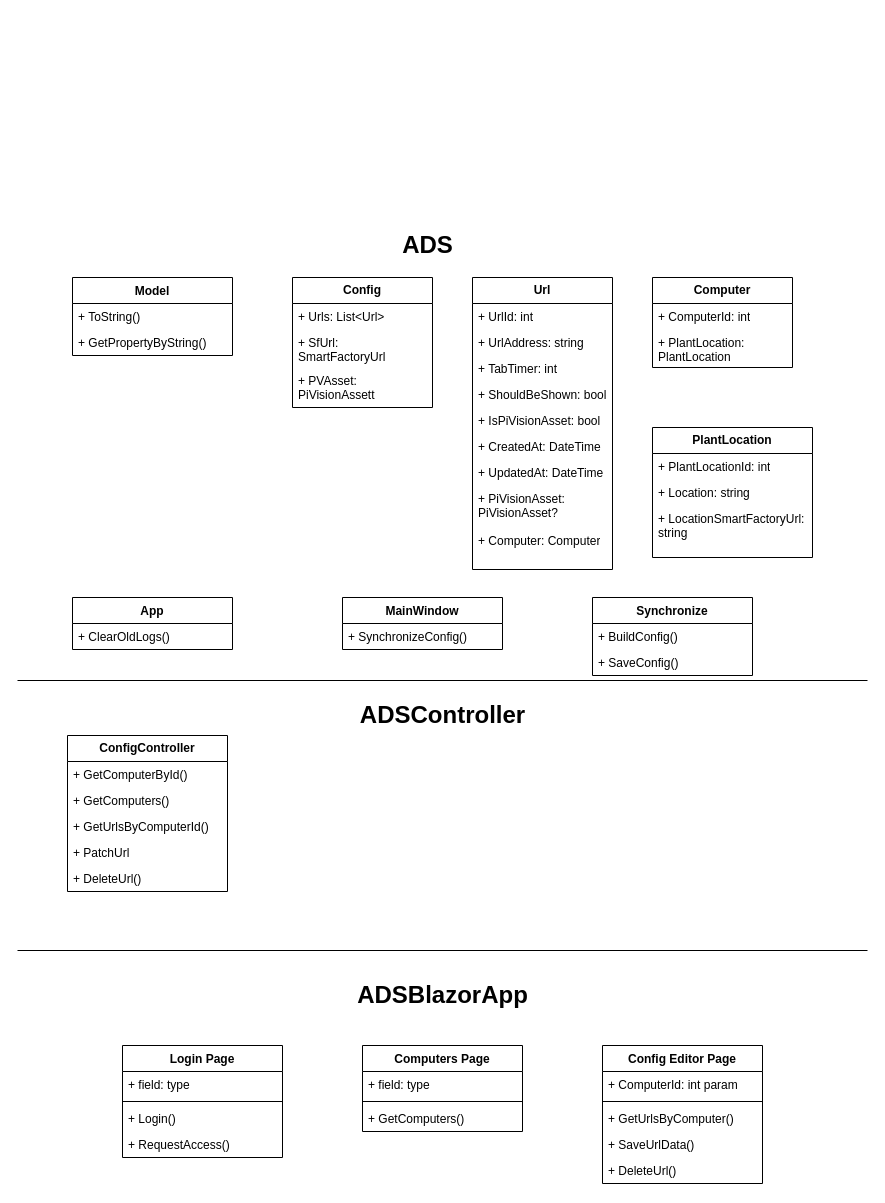
The draw.io diagram ads.drawio in josephkligel/diagrams, before the edit. Source tidied: cells renumbered, new cells numbered last; positions are measured from the earlier drawing's top-left corner, leaving out a move shared by most shapes. Both pictures are drawn from the tidied source at 100%, with x=0, y=0 at pixel (17, 225).
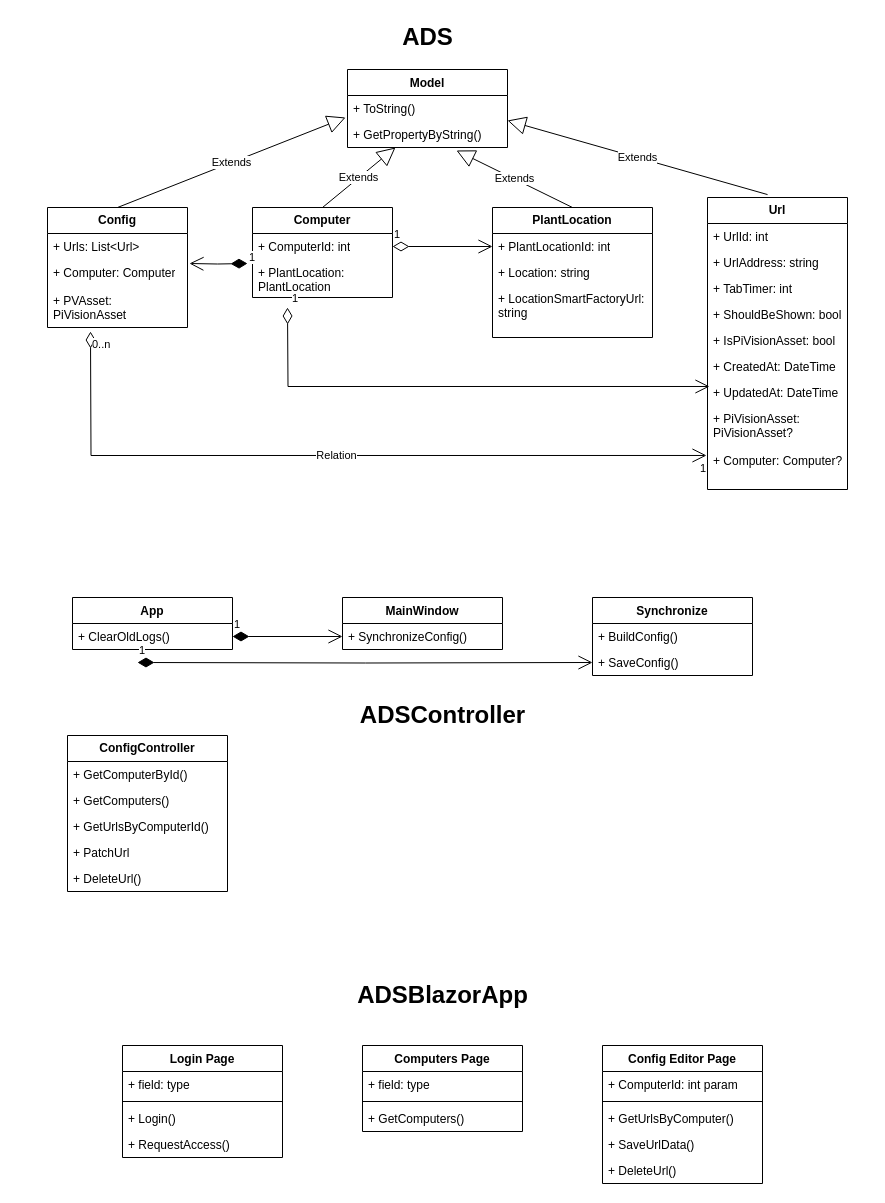
The same page after the edit.

The change refers to these unchanged cells:
```xml
<mxCell id="3" value="+ ToString()" style="text;strokeColor=none;fillColor=none;align=left;verticalAlign=top;spacingLeft=4;spacingRight=4;overflow=hidden;points=[[0,0.5],[1,0.5]];portConstraint=eastwest;whiteSpace=wrap;html=1;" parent="2" vertex="1">
  <mxGeometry y="26" width="160" height="26" as="geometry" />
</mxCell>
<mxCell id="4" value="+ GetPropertyByString()" style="text;strokeColor=none;fillColor=none;align=left;verticalAlign=top;spacingLeft=4;spacingRight=4;overflow=hidden;points=[[0,0.5],[1,0.5]];portConstraint=eastwest;whiteSpace=wrap;html=1;" parent="2" vertex="1">
  <mxGeometry y="52" width="160" height="26" as="geometry" />
</mxCell>
<mxCell id="17" value="+ SaveConfig()" style="text;strokeColor=none;fillColor=none;align=left;verticalAlign=top;spacingLeft=4;spacingRight=4;overflow=hidden;points=[[0,0.5],[1,0.5]];portConstraint=eastwest;whiteSpace=wrap;html=1;" parent="15" vertex="1">
  <mxGeometry y="52" width="160" height="26" as="geometry" />
</mxCell>
<mxCell id="19" value="+ SynchronizeConfig()" style="text;strokeColor=none;fillColor=none;align=left;verticalAlign=top;spacingLeft=4;spacingRight=4;overflow=hidden;points=[[0,0.5],[1,0.5]];portConstraint=eastwest;whiteSpace=wrap;html=1;" parent="18" vertex="1">
  <mxGeometry y="26" width="160" height="26" as="geometry" />
</mxCell>
<mxCell id="21" value="+ ClearOldLogs()" style="text;strokeColor=none;fillColor=none;align=left;verticalAlign=top;spacingLeft=4;spacingRight=4;overflow=hidden;points=[[0,0.5],[1,0.5]];portConstraint=eastwest;whiteSpace=wrap;html=1;" parent="20" vertex="1">
  <mxGeometry y="26" width="160" height="26" as="geometry" />
</mxCell>
<mxCell id="29" value="+ UpdatedAt: DateTime" style="text;strokeColor=none;fillColor=none;align=left;verticalAlign=top;spacingLeft=4;spacingRight=4;overflow=hidden;points=[[0,0.5],[1,0.5]];portConstraint=eastwest;whiteSpace=wrap;html=1;" parent="22" vertex="1">
  <mxGeometry y="182" width="140" height="26" as="geometry" />
</mxCell>
<mxCell id="33" value="+ ComputerId: int" style="text;strokeColor=none;fillColor=none;align=left;verticalAlign=top;spacingLeft=4;spacingRight=4;overflow=hidden;points=[[0,0.5],[1,0.5]];portConstraint=eastwest;whiteSpace=wrap;html=1;" parent="32" vertex="1">
  <mxGeometry y="26" width="140" height="26" as="geometry" />
</mxCell>
<mxCell id="36" value="+ PlantLocationId: int" style="text;strokeColor=none;fillColor=none;align=left;verticalAlign=top;spacingLeft=4;spacingRight=4;overflow=hidden;points=[[0,0.5],[1,0.5]];portConstraint=eastwest;whiteSpace=wrap;html=1;" parent="35" vertex="1">
  <mxGeometry y="26" width="160" height="26" as="geometry" />
</mxCell>
```

The edit, as a diff of the source:
```diff
@@
     <mxCell id="2" value="Model" style="swimlane;fontStyle=1;align=center;verticalAlign=top;horizontal=1;startSize=26;whiteSpace=wrap;html=1;" parent="1" vertex="1">
-      <mxGeometry x="55" y="52" width="160" height="78" as="geometry" />
+      <mxGeometry x="330" y="-156" width="160" height="78" as="geometry" />
     </mxCell>
@@
     <mxCell id="5" value="&lt;b&gt;Config&lt;/b&gt;" style="swimlane;fontStyle=0;horizontal=1;startSize=26;fillColor=none;whiteSpace=wrap;html=1;" parent="1" vertex="1">
-      <mxGeometry x="275" y="52" width="140" height="130" as="geometry" />
+      <mxGeometry x="30" y="-18" width="140" height="120" as="geometry" />
     </mxCell>
@@
-    <mxCell id="7" value="+ SfUrl: SmartFactoryUrl" style="text;strokeColor=none;fillColor=none;align=left;verticalAlign=top;spacingLeft=4;spacingRight=4;overflow=hidden;points=[[0,0.5],[1,0.5]];portConstraint=eastwest;whiteSpace=wrap;html=1;" parent="5" vertex="1">
-      <mxGeometry y="52" width="140" height="38" as="geometry" />
+    <mxCell id="7" value="+ Computer: Computer" style="text;strokeColor=none;fillColor=none;align=left;verticalAlign=top;spacingLeft=4;spacingRight=4;overflow=hidden;points=[[0,0.5],[1,0.5]];portConstraint=eastwest;whiteSpace=wrap;html=1;" parent="5" vertex="1">
+      <mxGeometry y="52" width="140" height="28" as="geometry" />
     </mxCell>
-    <mxCell id="8" value="+ PVAsset: PiVisionAssett" style="text;strokeColor=none;fillColor=none;align=left;verticalAlign=top;spacingLeft=4;spacingRight=4;overflow=hidden;whiteSpace=wrap;html=1;" parent="5" vertex="1">
-      <mxGeometry y="90" width="140" height="40" as="geometry" />
+    <mxCell id="8" value="+ PVAsset: PiVisionAsset" style="text;strokeColor=none;fillColor=none;align=left;verticalAlign=top;spacingLeft=4;spacingRight=4;overflow=hidden;whiteSpace=wrap;html=1;" parent="5" vertex="1">
+      <mxGeometry y="80" width="140" height="40" as="geometry" />
     </mxCell>
@@
     <mxCell id="22" value="&lt;b&gt;Url&lt;/b&gt;" style="swimlane;fontStyle=0;horizontal=1;startSize=26;fillColor=none;whiteSpace=wrap;html=1;" parent="1" vertex="1">
-      <mxGeometry x="455" y="52" width="140" height="292" as="geometry" />
+      <mxGeometry x="690" y="-28" width="140" height="292" as="geometry" />
     </mxCell>
@@
-    <mxCell id="31" value="+ Computer: Computer" style="text;strokeColor=none;fillColor=none;align=left;verticalAlign=top;spacingLeft=4;spacingRight=4;overflow=hidden;points=[[0,0.5],[1,0.5]];portConstraint=eastwest;whiteSpace=wrap;html=1;" parent="22" vertex="1">
+    <mxCell id="31" value="+ Computer: Computer?" style="text;strokeColor=none;fillColor=none;align=left;verticalAlign=top;spacingLeft=4;spacingRight=4;overflow=hidden;points=[[0,0.5],[1,0.5]];portConstraint=eastwest;whiteSpace=wrap;html=1;" parent="22" vertex="1">
       <mxGeometry y="250" width="140" height="42" as="geometry" />
     </mxCell>
     <mxCell id="32" value="&lt;b&gt;Computer&lt;/b&gt;" style="swimlane;fontStyle=0;horizontal=1;startSize=26;fillColor=none;whiteSpace=wrap;html=1;" parent="1" vertex="1">
-      <mxGeometry x="635" y="52" width="140" height="90" as="geometry" />
+      <mxGeometry x="235" y="-18" width="140" height="90" as="geometry" />
     </mxCell>
@@
     <mxCell id="35" value="&lt;b&gt;PlantLocation&lt;/b&gt;" style="swimlane;fontStyle=0;horizontal=1;startSize=26;fillColor=none;whiteSpace=wrap;html=1;" parent="1" vertex="1">
-      <mxGeometry x="635" y="202" width="160" height="130" as="geometry" />
+      <mxGeometry x="475" y="-18" width="160" height="130" as="geometry" />
     </mxCell>
@@
-    <mxCell id="44" style="line;strokeWidth=1;dashed=0;labelPosition=right;align=left;verticalAlign=middle;spacingTop=0;spacingLeft=6;" parent="1" vertex="1">
-      <mxGeometry y="450" width="850" height="10" as="geometry" />
-    </mxCell>
-    <mxCell id="45" style="line;strokeWidth=1;dashed=0;labelPosition=right;align=left;verticalAlign=middle;spacingTop=0;spacingLeft=6;" parent="1" vertex="1">
-      <mxGeometry y="720" width="850" height="10" as="geometry" />
-    </mxCell>
@@
     <mxCell id="47" value="ADS" style="text;strokeColor=none;fillColor=none;html=1;fontSize=24;fontStyle=1;verticalAlign=middle;align=center;" parent="1" vertex="1">
-      <mxGeometry x="360" width="100" height="40" as="geometry" />
+      <mxGeometry x="360" y="-208" width="100" height="40" as="geometry" />
     </mxCell>
@@
+    <mxCell id="59" value="Extends" style="endArrow=block;endSize=16;endFill=0;html=1;rounded=0;exitX=0.5;exitY=0;exitDx=0;exitDy=0;entryX=-0.012;entryY=0.846;entryDx=0;entryDy=0;entryPerimeter=0;" parent="1" edge="1" source="5" target="3">
+      <mxGeometry relative="1" as="geometry" />
+    </mxCell>
+    <mxCell id="60" value="Extends" style="endArrow=block;endSize=16;endFill=0;html=1;rounded=0;exitX=0.5;exitY=0;exitDx=0;exitDy=0;entryX=-0.012;entryY=0.846;entryDx=0;entryDy=0;entryPerimeter=0;" parent="1" edge="1" source="32">
+      <mxGeometry relative="1" as="geometry">
+        <mxPoint x="378" y="-78" as="targetPoint" />
+      </mxGeometry>
+    </mxCell>
+    <mxCell id="61" value="Extends" style="endArrow=block;endSize=16;endFill=0;html=1;rounded=0;exitX=0.5;exitY=0;exitDx=0;exitDy=0;entryX=0.681;entryY=1.115;entryDx=0;entryDy=0;entryPerimeter=0;" parent="1" edge="1" source="35" target="4">
+      <mxGeometry relative="1" as="geometry" />
+    </mxCell>
+    <mxCell id="62" value="Extends" style="endArrow=block;endSize=16;endFill=0;html=1;rounded=0;exitX=0.429;exitY=-0.01;exitDx=0;exitDy=0;exitPerimeter=0;" parent="1" edge="1" source="22">
+      <mxGeometry relative="1" as="geometry">
+        <mxPoint x="490" y="-105" as="targetPoint" />
+      </mxGeometry>
+    </mxCell>
+    <mxCell id="63" value="1" style="endArrow=open;html=1;endSize=12;startArrow=diamondThin;startSize=14;startFill=1;edgeStyle=orthogonalEdgeStyle;align=left;verticalAlign=bottom;rounded=0;entryX=1.014;entryY=0.143;entryDx=0;entryDy=0;entryPerimeter=0;" parent="1" edge="1" target="7">
+      <mxGeometry x="-1" y="3" relative="1" as="geometry">
+        <mxPoint x="230" y="38" as="sourcePoint" />
+      </mxGeometry>
+    </mxCell>
+    <mxCell id="64" value="1" style="endArrow=open;html=1;endSize=12;startArrow=diamondThin;startSize=14;startFill=0;edgeStyle=orthogonalEdgeStyle;align=left;verticalAlign=bottom;rounded=0;entryX=0;entryY=0.5;entryDx=0;entryDy=0;exitX=1;exitY=0.5;exitDx=0;exitDy=0;" parent="1" edge="1" source="33" target="36">
+      <mxGeometry x="-1" y="3" relative="1" as="geometry" />
+    </mxCell>
+    <mxCell id="65" value="1" style="endArrow=open;html=1;endSize=12;startArrow=diamondThin;startSize=14;startFill=1;edgeStyle=orthogonalEdgeStyle;align=left;verticalAlign=bottom;rounded=0;entryX=0;entryY=0.5;entryDx=0;entryDy=0;" parent="1" edge="1" source="21" target="19">
+      <mxGeometry x="-1" y="3" relative="1" as="geometry" />
+    </mxCell>
+    <mxCell id="66" value="1" style="endArrow=open;html=1;endSize=12;startArrow=diamondThin;startSize=14;startFill=0;edgeStyle=orthogonalEdgeStyle;align=left;verticalAlign=bottom;rounded=0;entryX=0.014;entryY=0.269;entryDx=0;entryDy=0;entryPerimeter=0;" parent="1" edge="1" target="29">
+      <mxGeometry x="-1" y="3" relative="1" as="geometry">
+        <mxPoint x="270" y="82" as="sourcePoint" />
+      </mxGeometry>
+    </mxCell>
+    <mxCell id="67" value="1" style="endArrow=open;html=1;endSize=12;startArrow=diamondThin;startSize=14;startFill=1;edgeStyle=orthogonalEdgeStyle;align=left;verticalAlign=bottom;rounded=0;entryX=0;entryY=0.5;entryDx=0;entryDy=0;" parent="1" edge="1" target="17">
+      <mxGeometry x="-1" y="3" relative="1" as="geometry">
+        <mxPoint x="120" y="437" as="sourcePoint" />
+      </mxGeometry>
+    </mxCell>
+    <mxCell id="68" value="Relation" style="endArrow=open;html=1;endSize=12;startArrow=diamondThin;startSize=14;startFill=0;edgeStyle=orthogonalEdgeStyle;rounded=0;entryX=-0.007;entryY=0.19;entryDx=0;entryDy=0;entryPerimeter=0;" parent="1" edge="1" target="31">
+      <mxGeometry relative="1" as="geometry">
+        <mxPoint x="73" y="106" as="sourcePoint" />
+      </mxGeometry>
+    </mxCell>
+    <mxCell id="69" value="0..n" style="edgeLabel;html=1;align=left;verticalAlign=top;" parent="68" vertex="1">
+      <mxGeometry x="-1" relative="1" as="geometry" />
+    </mxCell>
+    <mxCell id="70" value="1" style="edgeLabel;html=1;align=right;verticalAlign=top;" parent="68" vertex="1">
+      <mxGeometry x="1" relative="1" as="geometry" />
+    </mxCell>
```
